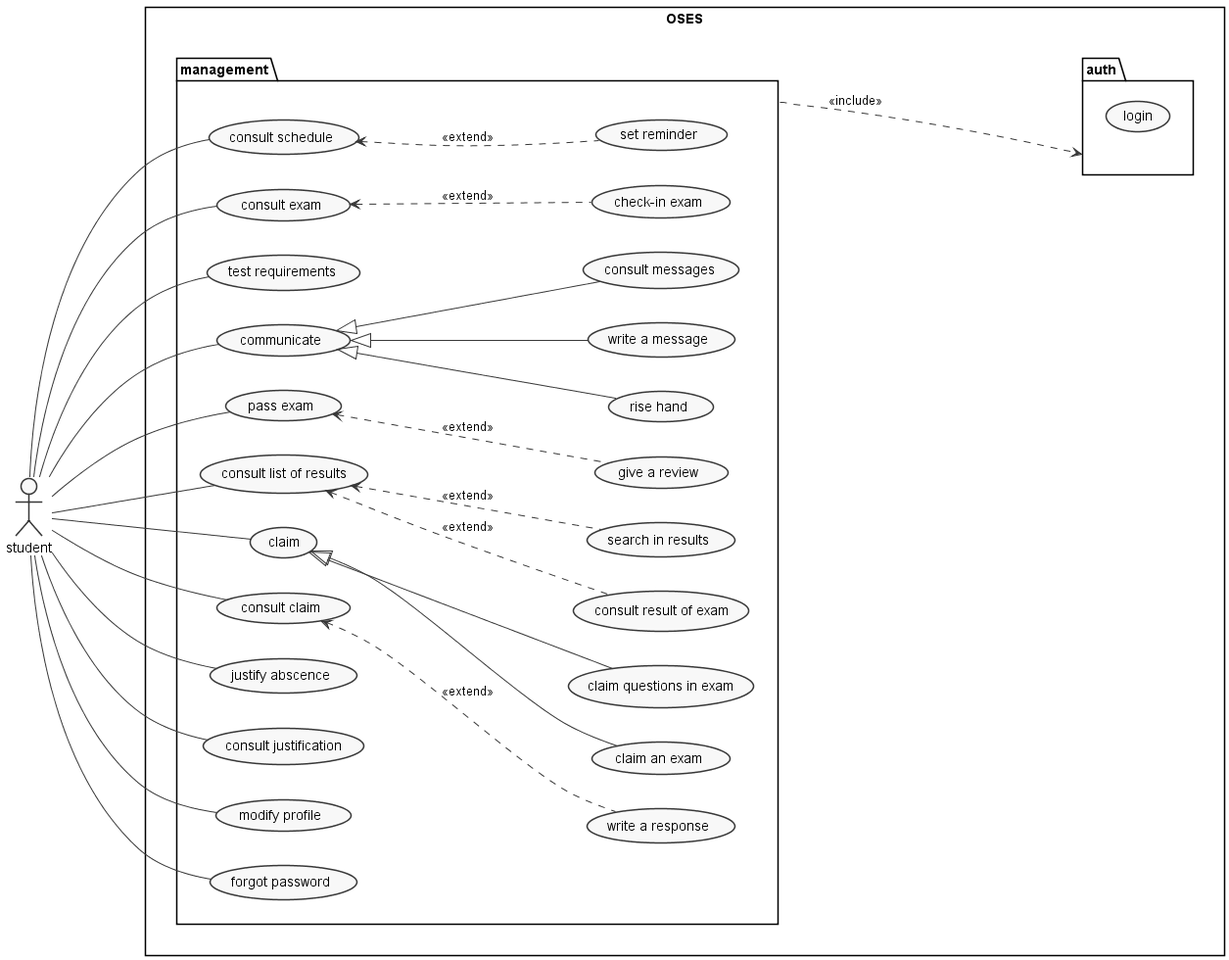
Earlier version of the PlantUML export Essays/Essay_1/images/student_UCD.png (OnlineSecureExamSystem/oses-essays-memos). Source of this version:
```plantuml
@startuml student_UCD
skinparam monochrome true
skinparam style strictuml
skinparam Ranksep 150
left to right direction

actor "student" as student
rectangle OSES{

    package management  {
    usecase "consult schedule" as consltExamSchdl
    usecase "set reminder" as setReminder
    consltExamSchdl <.. setReminder: <<extend>>
    student -- consltExamSchdl


    usecase "consult exam" as cnsltExam
    usecase "test requirements" as testRequirements
    usecase "check-in exam" as checkInExam
    usecase "communicate" as communicate
    usecase "rise hand" as riseHand
    usecase "write a message" as writeMessage
    usecase "consult messages" as consultMessages
    usecase "pass exam" as passExam
    usecase "give a review" as reviewExam

    cnsltExam <.. checkInExam:<<extend>>
    passExam <.. reviewExam:<<extend>>
    communicate <|-- riseHand
    communicate <|-- writeMessage
    communicate <|-- consultMessages

    student -- cnsltExam
    student -- testRequirements
    student -- communicate
    student -- passExam

    usecase "consult list of results" as consltListOfRslts
    usecase "consult result of exam" as consltResltExam
    usecase "search in results" as srchInRslts

    consltListOfRslts <.. consltResltExam:<<extend>>
    consltListOfRslts <.. srchInRslts:<<extend>>

    student -- consltListOfRslts

    usecase "claim" as clm
    usecase "claim an exam" as clmMrk
    usecase "claim questions in exam" as clmQustns
    usecase "consult claim" as cnsltClm
    usecase "write a response" as WrtResp

    clm <|-- clmMrk
    clm <|-- clmQustns
    cnsltClm <.. WrtResp:<<extend>>

    student -- clm
    student -- cnsltClm

    usecase "justify abscence" as jstfyAbcns
    usecase "consult justification" as cnsltJstfcn


    student -- jstfyAbcns
    student -- cnsltJstfcn

    usecase "modify profile" as mdfyPrfl

    student -- mdfyPrfl

    usecase "forgot password" as frgtPaswd
    student -- frgtPaswd
    }

    package auth{
    usecase "login" as login
    }


    management ....> auth: <<include>>

}


@enduml
```
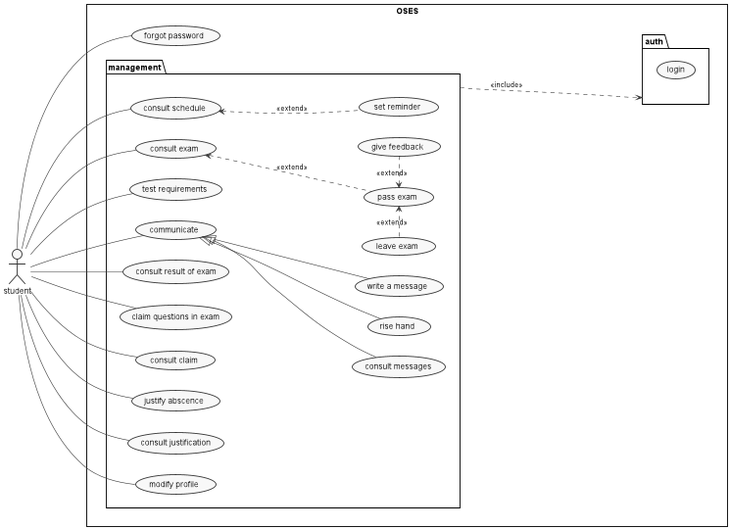
After the commit.

Diff of the diagram source:
```diff
@@ -6,6 +6,9 @@
 
 actor "student" as student
 rectangle OSES{
+
+    usecase "forgot password" as forgotPasswd
+    student -- forgotPasswd
 
     package management  {
     usecase "consult schedule" as consltExamSchdl
@@ -16,16 +19,17 @@
 
     usecase "consult exam" as cnsltExam
     usecase "test requirements" as testRequirements
-    usecase "check-in exam" as checkInExam
     usecase "communicate" as communicate
     usecase "rise hand" as riseHand
     usecase "write a message" as writeMessage
     usecase "consult messages" as consultMessages
     usecase "pass exam" as passExam
-    usecase "give a review" as reviewExam
+    usecase "leave exam" as leaveExam
+    usecase "give feedback" as reviewExam
 
-    cnsltExam <.. checkInExam:<<extend>>
-    passExam <.. reviewExam:<<extend>>
+    passExam <.r. reviewExam:<<extend>>
+    passExam <.l. leaveExam:<<extend>>
+    cnsltExam <.. passExam:<<extend>>
     communicate <|-- riseHand
     communicate <|-- writeMessage
     communicate <|-- consultMessages
@@ -33,33 +37,18 @@
     student -- cnsltExam
     student -- testRequirements
     student -- communicate
-    student -- passExam
 
-    usecase "consult list of results" as consltListOfRslts
     usecase "consult result of exam" as consltResltExam
-    usecase "search in results" as srchInRslts
+    student -- consltResltExam
 
-    consltListOfRslts <.. consltResltExam:<<extend>>
-    consltListOfRslts <.. srchInRslts:<<extend>>
-
-    student -- consltListOfRslts
-
-    usecase "claim" as clm
-    usecase "claim an exam" as clmMrk
     usecase "claim questions in exam" as clmQustns
     usecase "consult claim" as cnsltClm
-    usecase "write a response" as WrtResp
 
-    clm <|-- clmMrk
-    clm <|-- clmQustns
-    cnsltClm <.. WrtResp:<<extend>>
-
-    student -- clm
+    student -- clmQustns
     student -- cnsltClm
 
     usecase "justify abscence" as jstfyAbcns
     usecase "consult justification" as cnsltJstfcn
-
 
     student -- jstfyAbcns
     student -- cnsltJstfcn
@@ -68,9 +57,7 @@
 
     student -- mdfyPrfl
 
-    usecase "forgot password" as frgtPaswd
-    student -- frgtPaswd
-    }
+   }
 
     package auth{
     usecase "login" as login
```
